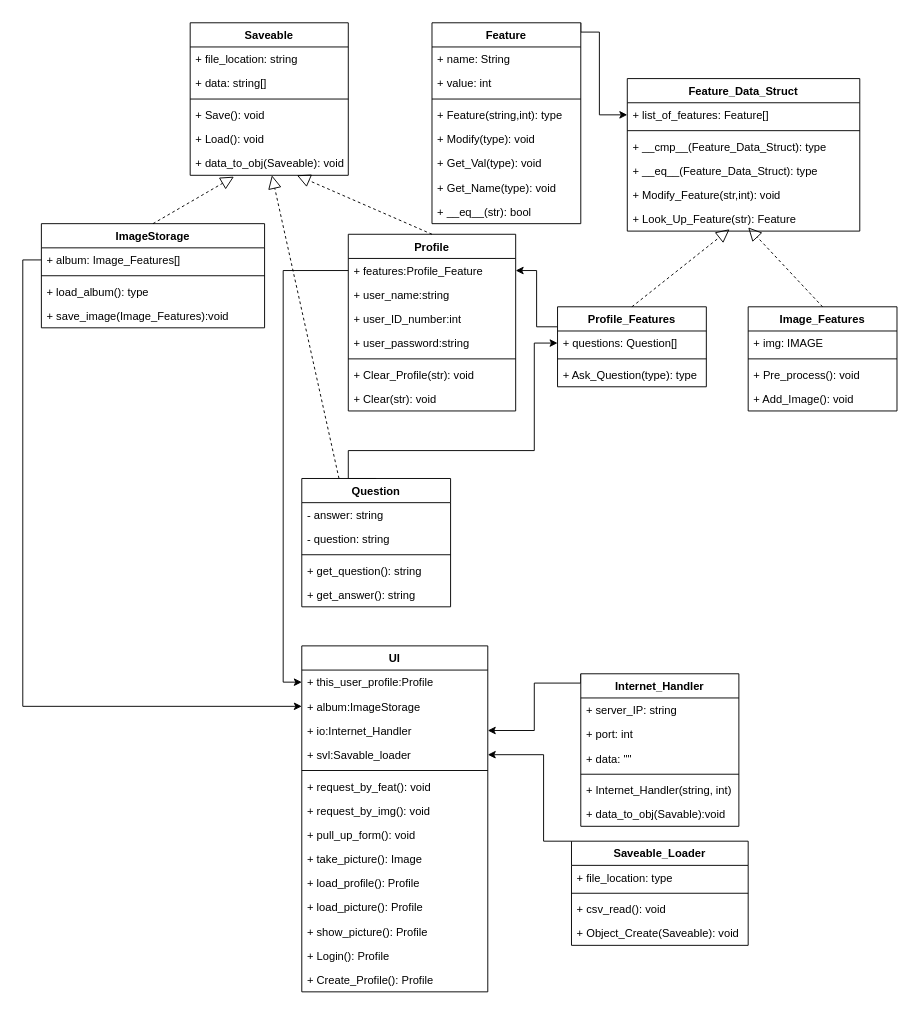
The draw.io diagram page "APP" (1 of 2) of FeedMe Class Diagram.drawio in Imsandysh/ChooseFoodForMe, before the edit. Source tidied: cells renumbered, new cells numbered last; positions are measured from the earlier drawing's top-left corner, leaving out a move shared by most shapes. Both pictures are drawn from the tidied source at 93%, with x=0, y=0 at pixel (22, 22).
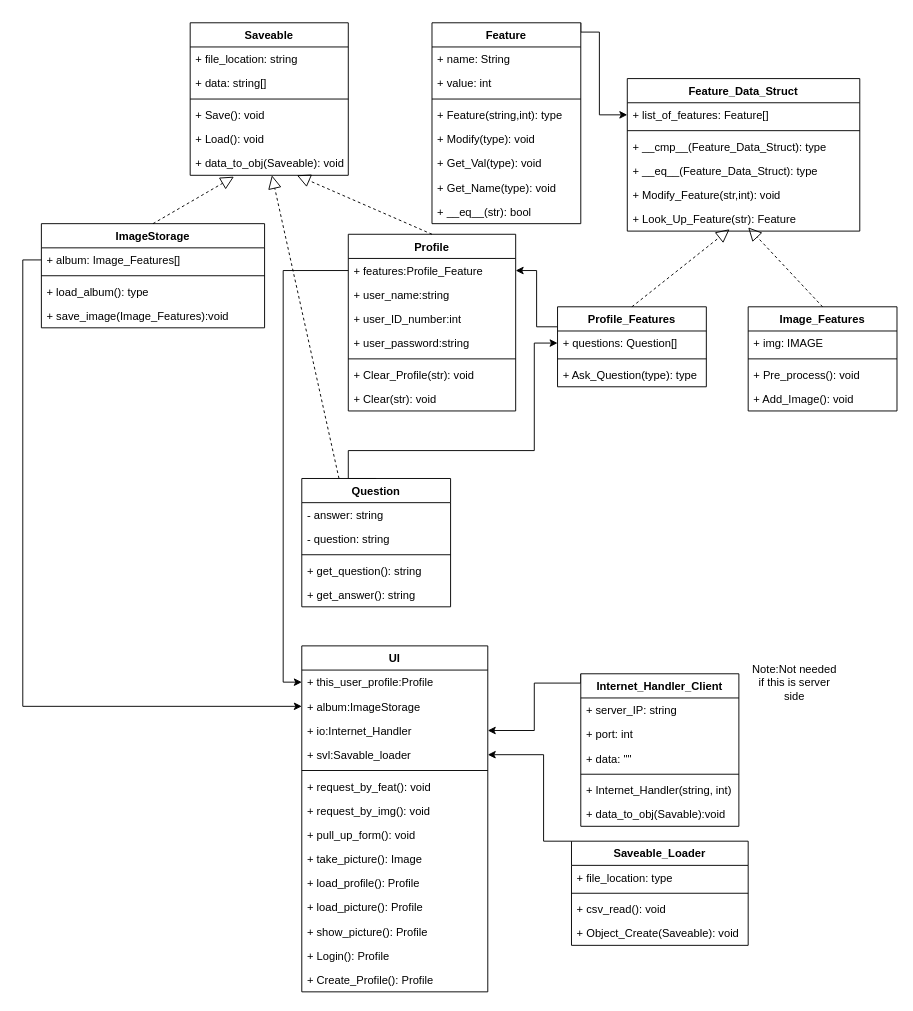
The same page after the edit.

Change to the diagram source:
```diff
@@
-    <mxCell id="77" value="Internet_Handler" style="swimlane;fontStyle=1;align=center;verticalAlign=top;horizontal=1;startSize=26;" parent="1" vertex="1">
+    <mxCell id="77" value="Internet_Handler_Client" style="swimlane;fontStyle=1;align=center;verticalAlign=top;horizontal=1;startSize=26;" parent="1" vertex="1">
       <mxGeometry x="600" y="700" width="170" height="164" as="geometry" />
     </mxCell>
@@
+    <mxCell id="92" value="Note:Not needed if this is server side" style="text;html=1;strokeColor=none;fillColor=none;align=center;verticalAlign=middle;whiteSpace=wrap;rounded=0;" parent="1" vertex="1">
+      <mxGeometry x="780" y="700" width="100" height="20" as="geometry" />
+    </mxCell>
```
